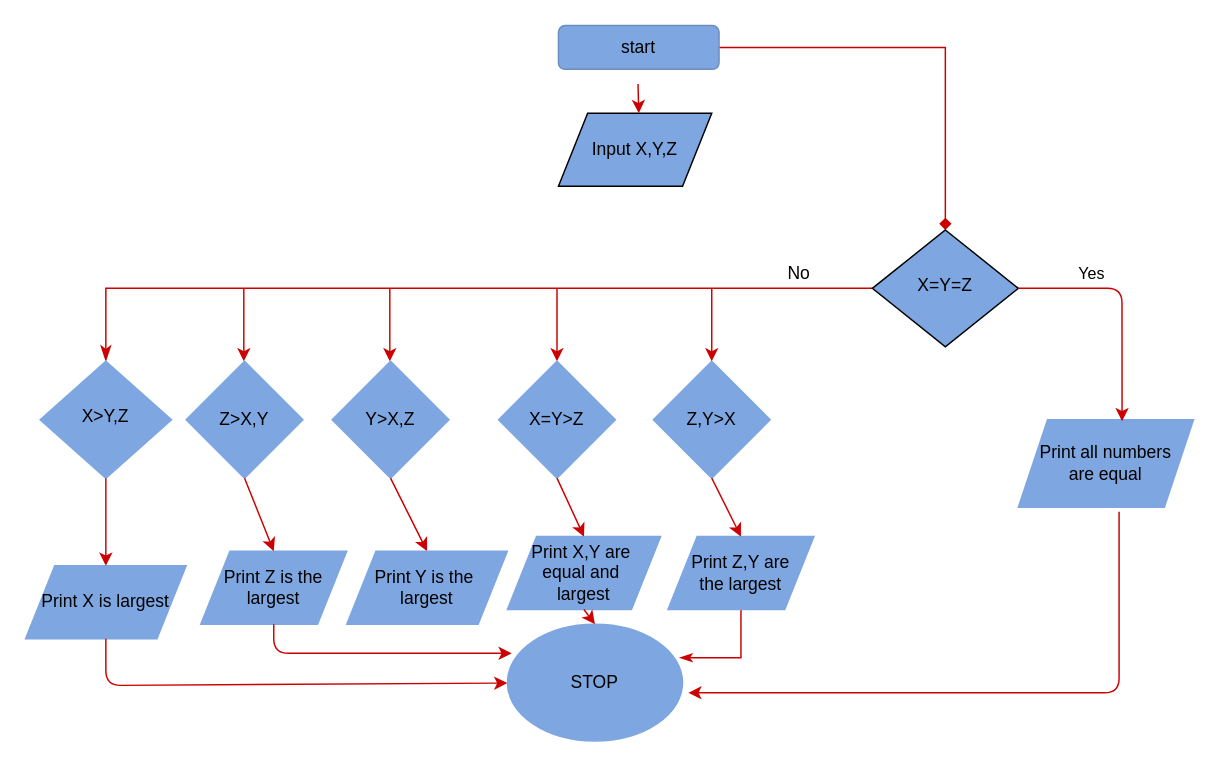
Above: Untitled Diagram.drawio in quirkless701/Hello-world (draw.io), before the change. Source tidied: cells renumbered, new cells numbered last; positions are measured from the earlier drawing's top-left corner, leaving out a move shared by most shapes. Both pictures are drawn from the tidied source at 146%, with x=0, y=0 at pixel (25, 25).
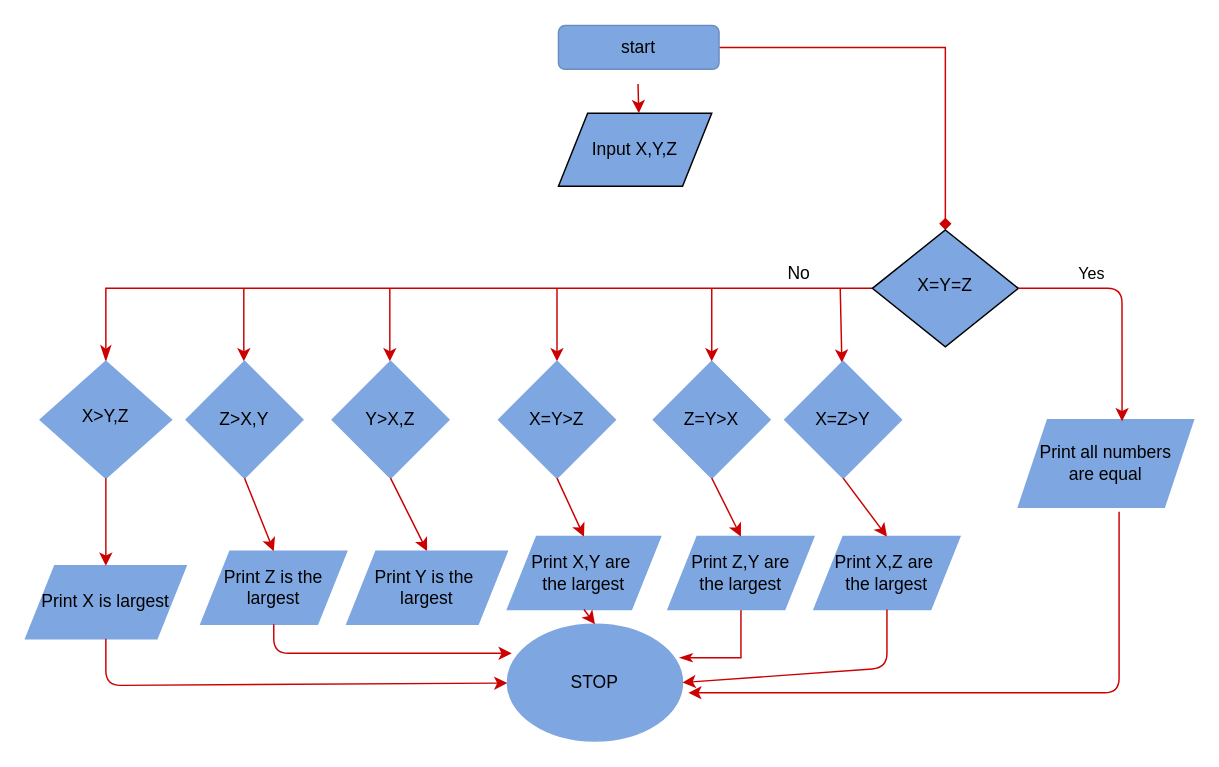
The same diagram, later.

The change refers to these unchanged cells:
```xml
<mxCell id="12" value="STOP" style="ellipse;whiteSpace=wrap;html=1;shadow=0;fontColor=#000000;strokeColor=#7EA6E0;fillColor=#7EA6E0;" parent="1" vertex="1">
  <mxGeometry x="330" y="410" width="120" height="80" as="geometry" />
</mxCell>
```

Change to the diagram source:
```diff
@@
-    <mxCell id="25" value="Print X,Y are&amp;nbsp;&lt;br&gt;equal and&amp;nbsp;&lt;br&gt;largest" style="shape=parallelogram;perimeter=parallelogramPerimeter;whiteSpace=wrap;html=1;fixedSize=1;shadow=0;fontColor=#000000;strokeColor=#7EA6E0;fillColor=#7EA6E0;" parent="1" vertex="1">
+    <mxCell id="25" value="Print X,Y are&amp;nbsp;&lt;br&gt;the largest" style="shape=parallelogram;perimeter=parallelogramPerimeter;whiteSpace=wrap;html=1;fixedSize=1;shadow=0;fontColor=#000000;strokeColor=#7EA6E0;fillColor=#7EA6E0;" parent="1" vertex="1">
       <mxGeometry x="330" y="350" width="105" height="50" as="geometry" />
     </mxCell>
@@
-    <mxCell id="28" value="Z,Y&amp;gt;X" style="rhombus;whiteSpace=wrap;html=1;shadow=0;fontColor=#000000;strokeColor=#7EA6E0;fillColor=#7EA6E0;" parent="1" vertex="1">
+    <mxCell id="28" value="Z=Y&amp;gt;X" style="rhombus;whiteSpace=wrap;html=1;shadow=0;fontColor=#000000;strokeColor=#7EA6E0;fillColor=#7EA6E0;" parent="1" vertex="1">
       <mxGeometry x="430" y="230" width="80" height="80" as="geometry" />
     </mxCell>
@@
+    <mxCell id="36" style="endArrow=classic;html=1;fontColor=#000000;strokeColor=#CC0000;" parent="1" edge="1" target="38">
+      <mxGeometry relative="1" as="geometry">
+        <mxPoint x="558" y="180" as="sourcePoint" />
+      </mxGeometry>
+    </mxCell>
+    <mxCell id="37" value="Print X,Z are&amp;nbsp;&lt;br&gt;the largest" style="shape=parallelogram;perimeter=parallelogramPerimeter;whiteSpace=wrap;html=1;fixedSize=1;shadow=0;fontColor=#000000;strokeColor=#7EA6E0;fillColor=#7EA6E0;" parent="1" vertex="1">
+      <mxGeometry x="540" y="350" width="100" height="50" as="geometry" />
+    </mxCell>
+    <mxCell id="38" value="X=Z&amp;gt;Y" style="rhombus;whiteSpace=wrap;html=1;shadow=0;fontColor=#000000;strokeColor=#7EA6E0;fillColor=#7EA6E0;" parent="1" vertex="1">
+      <mxGeometry x="520" y="230" width="80" height="80" as="geometry" />
+    </mxCell>
+    <mxCell id="39" style="endArrow=classic;html=1;fontColor=#000000;strokeColor=#CC0000;exitX=0.5;exitY=1;exitDx=0;exitDy=0;entryX=0.5;entryY=0;entryDx=0;entryDy=0;" parent="1" edge="1" source="38" target="37">
+      <mxGeometry relative="1" as="geometry" />
+    </mxCell>
+    <mxCell id="40" style="endArrow=classic;html=1;fontColor=#000000;strokeColor=#CC0000;exitX=0.5;exitY=1;exitDx=0;exitDy=0;entryX=1;entryY=0.5;entryDx=0;entryDy=0;" parent="1" edge="1" source="37" target="12">
+      <mxGeometry relative="1" as="geometry">
+        <Array as="points">
+          <mxPoint x="590" y="440" />
+        </Array>
+      </mxGeometry>
+    </mxCell>
```
